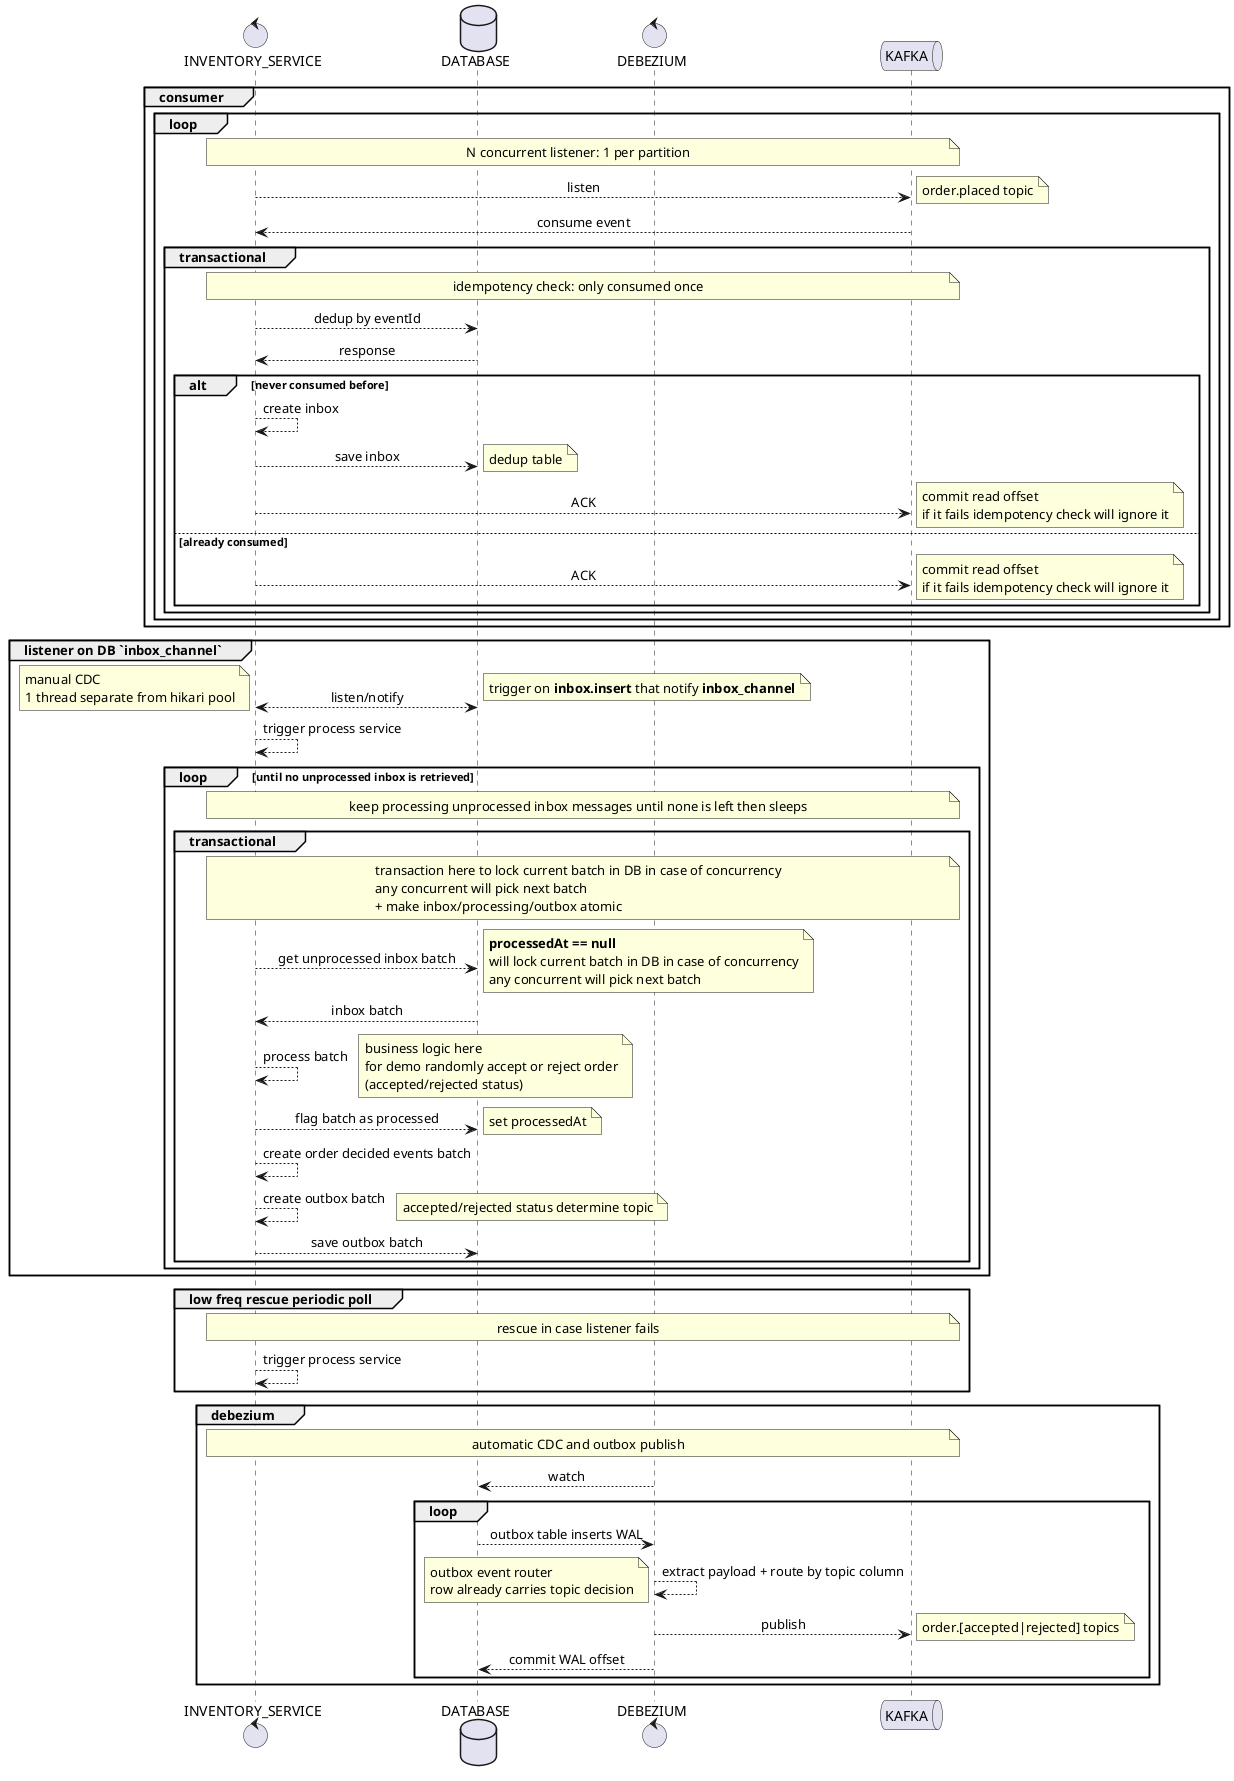
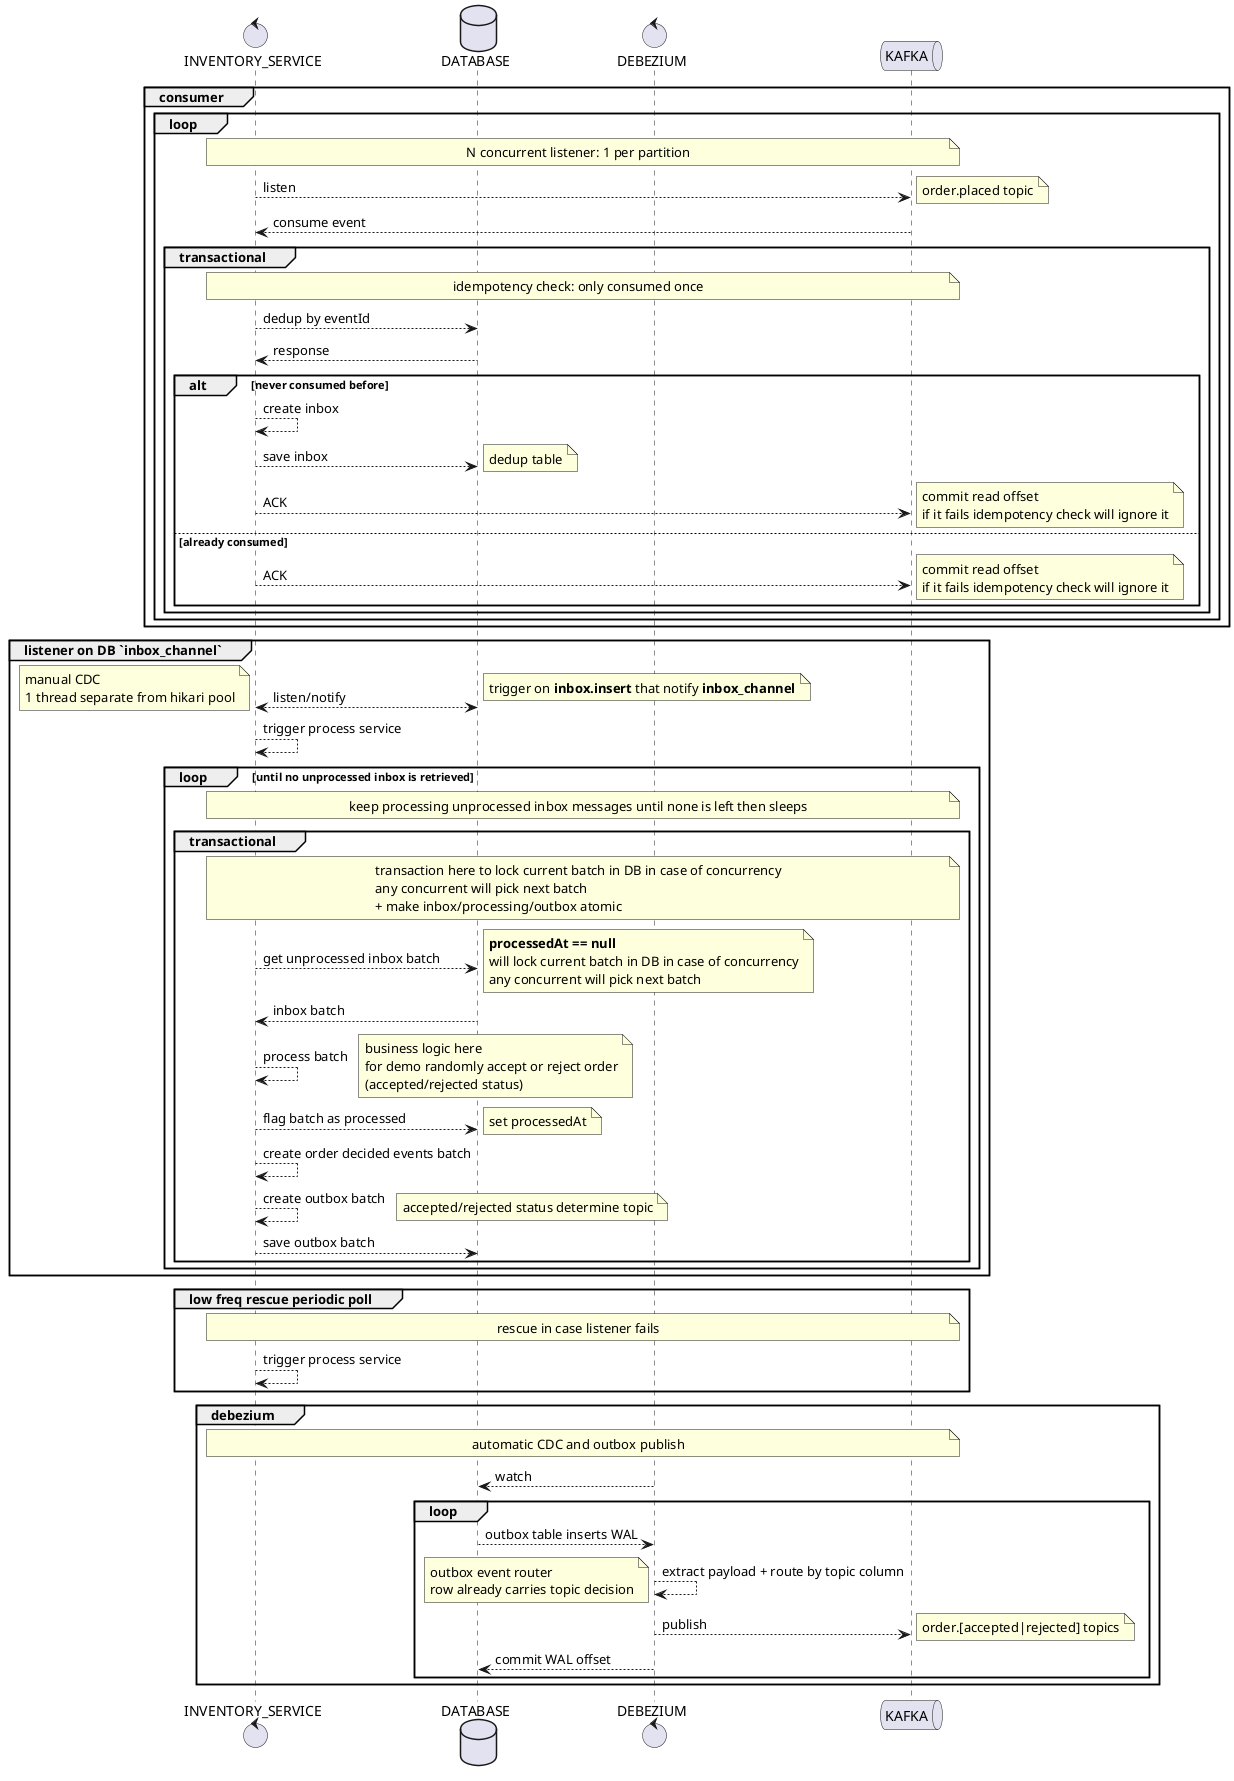
@startuml
- skinparam sequenceMessageAlign center
- 
control INVENTORY_SERVICE as SERVICE
database DATABASE as DB
control DEBEZIUM as Z
queue KAFKA as K

group consumer
    loop
        note across: N concurrent listener: 1 per partition
        SERVICE --> K: listen
        note right: order.placed topic
        K --> SERVICE: consume event
        group transactional
            note across: idempotency check: only consumed once
            SERVICE --> DB: dedup by eventId
            DB --> SERVICE: response
            alt never consumed before
                SERVICE --> SERVICE: create inbox
                SERVICE --> DB: save inbox
                note right: dedup table
                SERVICE --> K: ACK
                note right: commit read offset\nif it fails idempotency check will ignore it
            else already consumed
                SERVICE --> K: ACK
                note right: commit read offset\nif it fails idempotency check will ignore it
            end
        end
    end
end

group listener on DB `inbox_channel`
    SERVICE <--> DB: listen/notify
    note left: manual CDC\n1 thread separate from hikari pool
    note right: trigger on **inbox.insert** that notify **inbox_channel**
    SERVICE --> SERVICE: trigger process service
    loop until no unprocessed inbox is retrieved
        note across: keep processing unprocessed inbox messages until none is left then sleeps
        group transactional
            note across: transaction here to lock current batch in DB in case of concurrency\nany concurrent will pick next batch\n+ make inbox/processing/outbox atomic
            SERVICE --> DB: get unprocessed inbox batch
            note right: **processedAt == null**\nwill lock current batch in DB in case of concurrency\nany concurrent will pick next batch
            DB --> SERVICE: inbox batch
            SERVICE --> SERVICE: process batch
            note right: business logic here\nfor demo randomly accept or reject order\n(accepted/rejected status)
            SERVICE --> DB: flag batch as processed
            note right: set processedAt
            SERVICE --> SERVICE: create order decided events batch
            SERVICE --> SERVICE: create outbox batch
            note right: accepted/rejected status determine topic
            SERVICE --> DB: save outbox batch
        end
    end
end

group low freq rescue periodic poll
    note across: rescue in case listener fails
    SERVICE --> SERVICE: trigger process service
end

group debezium
    note across: automatic CDC and outbox publish
    Z --> DB: watch
    loop
        DB --> Z: outbox table inserts WAL
        Z --> Z: extract payload + route by topic column
        note left: outbox event router\nrow already carries topic decision
        Z --> K: publish
        note right: order.[accepted|rejected] topics
        Z --> DB: commit WAL offset
    end
end
@enduml
